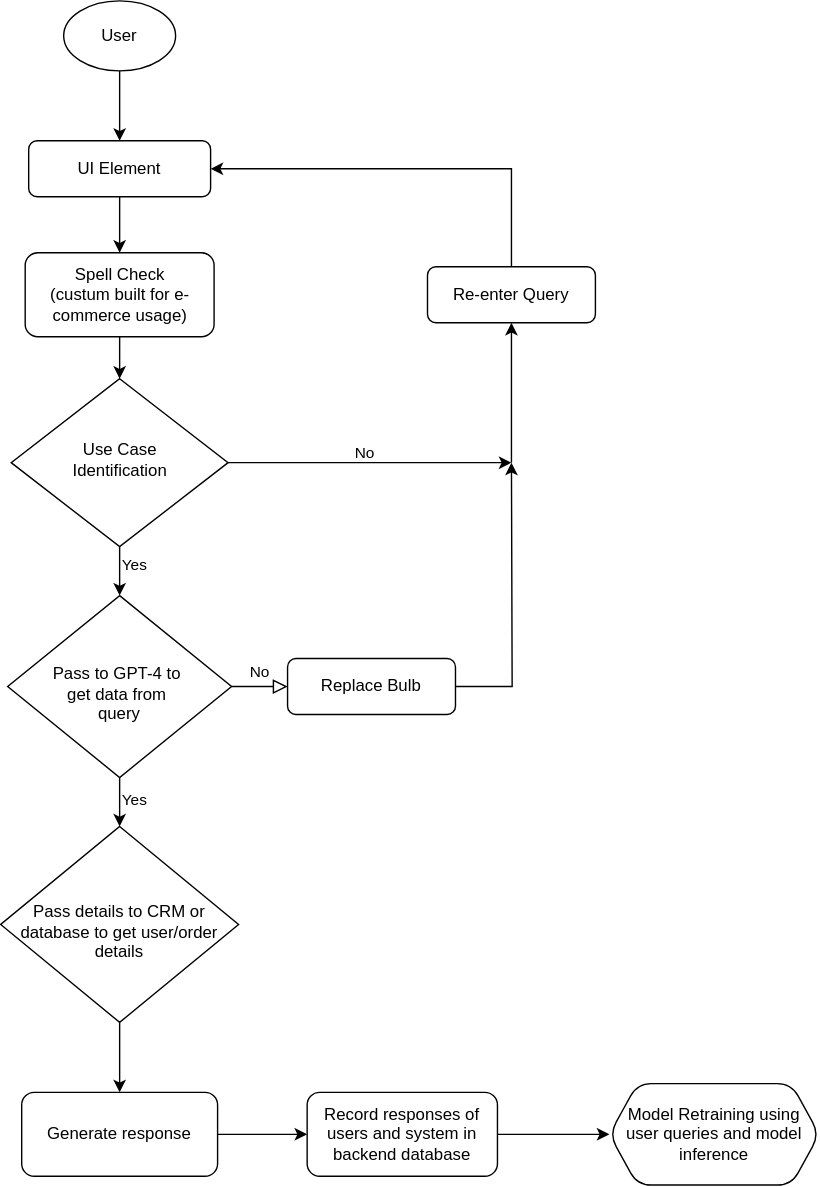
This is 2. System Design/Flowchart.svg from prayashdash1729/OrcaAI-assignment, a draw.io export, as it was before one commit. Source tidied: cells renumbered, new cells last; positions are measured from the earlier drawing's top-left corner, leaving out a move shared by most shapes. Source of this version:
```xml
<mxGraphModel>
  <root>
    <mxCell id="0" />
    <mxCell id="1" parent="0" />
    <mxCell id="2" style="edgeStyle=orthogonalEdgeStyle;rounded=0;jettySize=auto;html=1;" parent="1" edge="1" source="3" target="20">
      <mxGeometry relative="1" as="geometry" />
    </mxCell>
    <mxCell id="3" value="UI Element" style="rounded=1;whiteSpace=wrap;html=1;fontSize=12;glass=0;strokeWidth=1;shadow=0;" parent="1" vertex="1">
      <mxGeometry x="20" y="100" width="130" height="40" as="geometry" />
    </mxCell>
    <mxCell id="4" style="edgeStyle=orthogonalEdgeStyle;rounded=0;jettySize=auto;html=1;" parent="1" edge="1" source="8" target="12">
      <mxGeometry relative="1" as="geometry" />
    </mxCell>
    <mxCell id="5" value="Yes" style="edgeLabel;html=1;align=left;verticalAlign=middle;labelBackgroundColor=none;" parent="4" vertex="1">
      <mxGeometry x="-0.49" relative="1" as="geometry" />
    </mxCell>
    <mxCell id="6" style="edgeStyle=orthogonalEdgeStyle;rounded=0;jettySize=auto;html=1;" parent="1" edge="1" source="8">
      <mxGeometry relative="1" as="geometry">
        <mxPoint x="365" y="330" as="targetPoint" />
        <Array as="points">
          <mxPoint x="365" y="330" />
        </Array>
      </mxGeometry>
    </mxCell>
    <mxCell id="7" value="No" style="edgeLabel;html=1;align=center;verticalAlign=bottom;labelBackgroundColor=none;labelPosition=center;verticalLabelPosition=top;" parent="6" vertex="1">
      <mxGeometry x="-0.05" relative="1" as="geometry" />
    </mxCell>
    <mxCell id="8" value="Use Case&lt;div&gt;Identification&lt;/div&gt;" style="rhombus;whiteSpace=wrap;html=1;shadow=0;fontFamily=Helvetica;fontSize=12;align=center;strokeWidth=1;spacing=6;spacingTop=-4;" parent="1" vertex="1">
      <mxGeometry x="7.5" y="270" width="155" height="120" as="geometry" />
    </mxCell>
    <mxCell id="9" value="No" style="edgeStyle=orthogonalEdgeStyle;rounded=0;html=1;jettySize=auto;fontSize=11;endArrow=block;endFill=0;endSize=8;strokeWidth=1;shadow=0;labelBackgroundColor=none;" parent="1" edge="1" source="12" target="16">
      <mxGeometry y="10" relative="1" as="geometry" />
    </mxCell>
    <mxCell id="10" style="edgeStyle=orthogonalEdgeStyle;rounded=0;jettySize=auto;html=1;" parent="1" edge="1" source="12" target="22">
      <mxGeometry relative="1" as="geometry" />
    </mxCell>
    <mxCell id="11" value="Yes" style="edgeLabel;html=1;align=left;verticalAlign=middle;labelBackgroundColor=none;labelPosition=right;verticalLabelPosition=middle;" parent="10" vertex="1">
      <mxGeometry x="-0.37" relative="1" as="geometry" />
    </mxCell>
    <mxCell id="12" value="&lt;div&gt;&lt;br&gt;&lt;/div&gt;Pass to GPT-4 to&amp;nbsp;&lt;div&gt;get data from&amp;nbsp;&lt;/div&gt;&lt;div&gt;query&lt;/div&gt;" style="rhombus;whiteSpace=wrap;html=1;shadow=0;fontFamily=Helvetica;fontSize=12;align=center;strokeWidth=1;spacing=6;spacingTop=-4;" parent="1" vertex="1">
      <mxGeometry x="5" y="425" width="160" height="130" as="geometry" />
    </mxCell>
    <mxCell id="13" style="edgeStyle=orthogonalEdgeStyle;rounded=0;jettySize=auto;html=1;entryX=0;entryY=0.5;entryDx=0;entryDy=0;" parent="1" edge="1" source="14" target="24">
      <mxGeometry relative="1" as="geometry" />
    </mxCell>
    <mxCell id="14" value="Generate response" style="rounded=1;whiteSpace=wrap;html=1;fontSize=12;glass=0;strokeWidth=1;shadow=0;" parent="1" vertex="1">
      <mxGeometry x="15" y="780" width="140" height="60" as="geometry" />
    </mxCell>
    <mxCell id="15" style="edgeStyle=orthogonalEdgeStyle;rounded=0;jettySize=auto;html=1;" parent="1" edge="1" source="16">
      <mxGeometry relative="1" as="geometry">
        <mxPoint x="365" y="330" as="targetPoint" />
      </mxGeometry>
    </mxCell>
    <mxCell id="16" value="Replace Bulb" style="rounded=1;whiteSpace=wrap;html=1;fontSize=12;glass=0;strokeWidth=1;shadow=0;" parent="1" vertex="1">
      <mxGeometry x="205" y="470" width="120" height="40" as="geometry" />
    </mxCell>
    <mxCell id="17" style="edgeStyle=orthogonalEdgeStyle;rounded=0;jettySize=auto;html=1;" parent="1" edge="1" source="18" target="3">
      <mxGeometry relative="1" as="geometry" />
    </mxCell>
    <mxCell id="18" value="User" style="ellipse;whiteSpace=wrap;html=1;" parent="1" vertex="1">
      <mxGeometry x="45" width="80" height="50" as="geometry" />
    </mxCell>
    <mxCell id="19" style="edgeStyle=orthogonalEdgeStyle;rounded=0;jettySize=auto;html=1;" parent="1" edge="1" source="20" target="8">
      <mxGeometry relative="1" as="geometry" />
    </mxCell>
    <mxCell id="20" value="Spell Check&lt;div&gt;(custum built for e-commerce usage)&lt;/div&gt;" style="rounded=1;whiteSpace=wrap;html=1;fontSize=12;glass=0;strokeWidth=1;shadow=0;" parent="1" vertex="1">
      <mxGeometry x="17.5" y="180" width="135" height="60" as="geometry" />
    </mxCell>
    <mxCell id="21" style="edgeStyle=orthogonalEdgeStyle;rounded=0;jettySize=auto;html=1;entryX=0.5;entryY=0;entryDx=0;entryDy=0;" parent="1" edge="1" source="22" target="14">
      <mxGeometry relative="1" as="geometry" />
    </mxCell>
    <mxCell id="22" value="&lt;div&gt;&lt;br&gt;&lt;/div&gt;&lt;div&gt;Pass details to CRM or database to get user/order details&lt;/div&gt;" style="rhombus;whiteSpace=wrap;html=1;shadow=0;fontFamily=Helvetica;fontSize=12;align=center;strokeWidth=1;spacing=6;spacingTop=-4;" parent="1" vertex="1">
      <mxGeometry y="590" width="170" height="140" as="geometry" />
    </mxCell>
    <mxCell id="23" style="edgeStyle=orthogonalEdgeStyle;rounded=0;jettySize=auto;html=1;" parent="1" edge="1" source="24" target="25">
      <mxGeometry relative="1" as="geometry" />
    </mxCell>
    <mxCell id="24" value="Record responses of users and system in backend database" style="rounded=1;whiteSpace=wrap;html=1;fontSize=12;glass=0;strokeWidth=1;shadow=0;" parent="1" vertex="1">
      <mxGeometry x="219" y="780" width="136" height="60" as="geometry" />
    </mxCell>
    <mxCell id="25" value="Model Retraining using user queries and model inference" style="shape=hexagon;perimeter=hexagonPerimeter2;whiteSpace=wrap;html=1;fixedSize=1;rounded=1;glass=0;strokeWidth=1;shadow=0;" parent="1" vertex="1">
      <mxGeometry x="435" y="773.8" width="150" height="72.5" as="geometry" />
    </mxCell>
    <mxCell id="26" style="edgeStyle=orthogonalEdgeStyle;rounded=0;jettySize=auto;html=1;entryX=1;entryY=0.5;entryDx=0;entryDy=0;" parent="1" edge="1" source="27" target="3">
      <mxGeometry relative="1" as="geometry">
        <Array as="points">
          <mxPoint x="365" y="120" />
        </Array>
      </mxGeometry>
    </mxCell>
    <mxCell id="27" value="Re-enter Query" style="rounded=1;whiteSpace=wrap;html=1;fontSize=12;glass=0;strokeWidth=1;shadow=0;" parent="1" vertex="1">
      <mxGeometry x="305" y="190" width="120" height="40" as="geometry" />
    </mxCell>
    <mxCell id="28" style="edgeStyle=orthogonalEdgeStyle;rounded=0;jettySize=auto;html=1;entryX=0.5;entryY=1;entryDx=0;entryDy=0;" parent="1" edge="1" target="27">
      <mxGeometry relative="1" as="geometry">
        <mxPoint x="365" y="330" as="sourcePoint" />
        <Array as="points">
          <mxPoint x="365" y="280" />
          <mxPoint x="365" y="280" />
        </Array>
      </mxGeometry>
    </mxCell>
  </root>
</mxGraphModel>
```
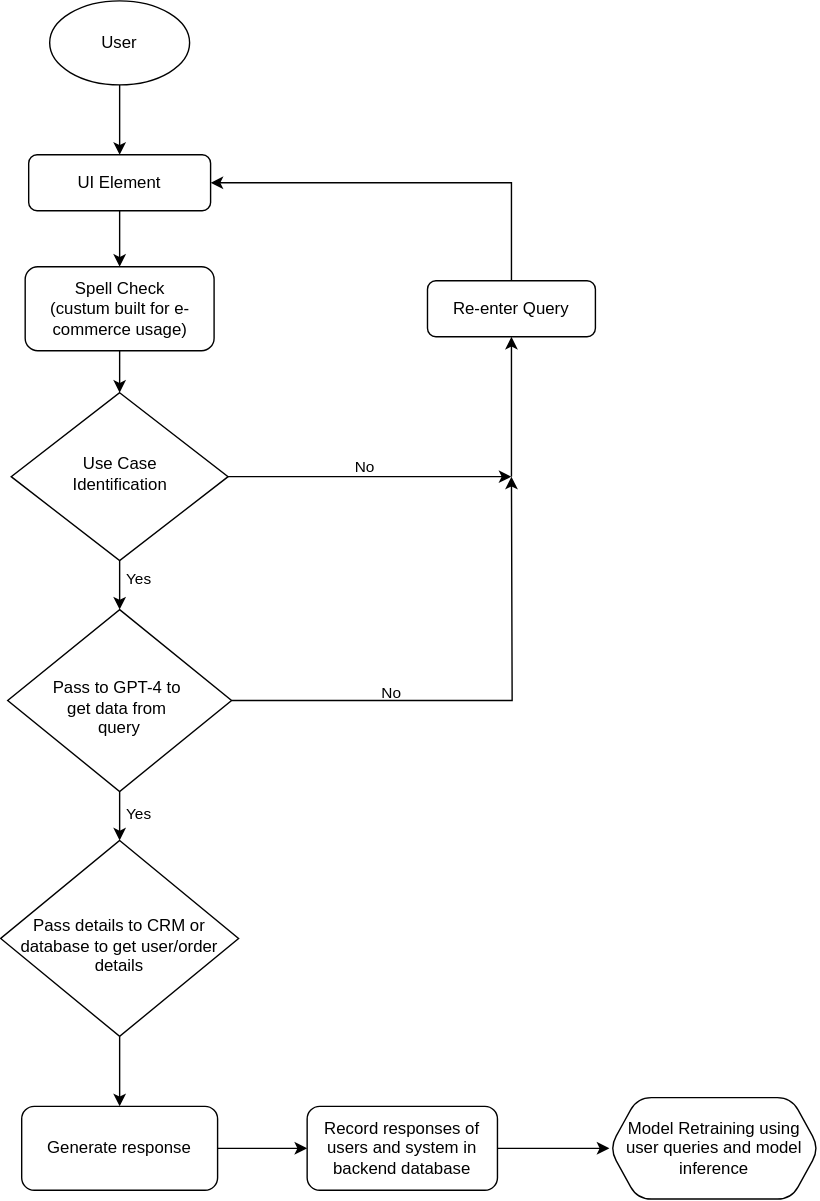
Later version of the same file.

Commit message:
added corrected flowchart image

Change to the diagram source:
```diff
@@ -11,7 +11,7 @@
     <mxCell id="4" style="edgeStyle=orthogonalEdgeStyle;rounded=0;jettySize=auto;html=1;" parent="1" edge="1" source="8" target="12">
       <mxGeometry relative="1" as="geometry" />
     </mxCell>
-    <mxCell id="5" value="Yes" style="edgeLabel;html=1;align=left;verticalAlign=middle;labelBackgroundColor=none;" parent="4" vertex="1">
+    <mxCell id="5" value="&amp;nbsp;Yes" style="edgeLabel;html=1;align=left;verticalAlign=middle;labelBackgroundColor=none;" parent="4" vertex="1">
       <mxGeometry x="-0.49" relative="1" as="geometry" />
     </mxCell>
     <mxCell id="6" style="edgeStyle=orthogonalEdgeStyle;rounded=0;jettySize=auto;html=1;" parent="1" edge="1" source="8">
@@ -28,15 +28,20 @@
     <mxCell id="8" value="Use Case&lt;div&gt;Identification&lt;/div&gt;" style="rhombus;whiteSpace=wrap;html=1;shadow=0;fontFamily=Helvetica;fontSize=12;align=center;strokeWidth=1;spacing=6;spacingTop=-4;" parent="1" vertex="1">
       <mxGeometry x="7.5" y="270" width="155" height="120" as="geometry" />
     </mxCell>
-    <mxCell id="9" value="No" style="edgeStyle=orthogonalEdgeStyle;rounded=0;html=1;jettySize=auto;fontSize=11;endArrow=block;endFill=0;endSize=8;strokeWidth=1;shadow=0;labelBackgroundColor=none;" parent="1" edge="1" source="12" target="16">
-      <mxGeometry y="10" relative="1" as="geometry" />
-    </mxCell>
     <mxCell id="10" style="edgeStyle=orthogonalEdgeStyle;rounded=0;jettySize=auto;html=1;" parent="1" edge="1" source="12" target="22">
       <mxGeometry relative="1" as="geometry" />
     </mxCell>
-    <mxCell id="11" value="Yes" style="edgeLabel;html=1;align=left;verticalAlign=middle;labelBackgroundColor=none;labelPosition=right;verticalLabelPosition=middle;" parent="10" vertex="1">
+    <mxCell id="11" value="&amp;nbsp;Yes" style="edgeLabel;html=1;align=left;verticalAlign=middle;labelBackgroundColor=none;labelPosition=right;verticalLabelPosition=middle;" parent="10" vertex="1">
       <mxGeometry x="-0.37" relative="1" as="geometry" />
     </mxCell>
+    <mxCell id="29" style="edgeStyle=orthogonalEdgeStyle;rounded=0;jettySize=auto;html=1;" parent="1" edge="1" source="12">
+      <mxGeometry relative="1" as="geometry">
+        <mxPoint x="365" y="330" as="targetPoint" />
+      </mxGeometry>
+    </mxCell>
+    <mxCell id="9" value="No" style="edgeLabel;html=1;align=center;verticalAlign=bottom;labelBackgroundColor=none;labelPosition=center;verticalLabelPosition=top;" parent="29" vertex="1">
+      <mxGeometry x="-0.37" y="-2" relative="1" as="geometry" />
+    </mxCell>
     <mxCell id="12" value="&lt;div&gt;&lt;br&gt;&lt;/div&gt;Pass to GPT-4 to&amp;nbsp;&lt;div&gt;get data from&amp;nbsp;&lt;/div&gt;&lt;div&gt;query&lt;/div&gt;" style="rhombus;whiteSpace=wrap;html=1;shadow=0;fontFamily=Helvetica;fontSize=12;align=center;strokeWidth=1;spacing=6;spacingTop=-4;" parent="1" vertex="1">
       <mxGeometry x="5" y="425" width="160" height="130" as="geometry" />
     </mxCell>
@@ -46,19 +51,11 @@
     <mxCell id="14" value="Generate response" style="rounded=1;whiteSpace=wrap;html=1;fontSize=12;glass=0;strokeWidth=1;shadow=0;" parent="1" vertex="1">
       <mxGeometry x="15" y="780" width="140" height="60" as="geometry" />
     </mxCell>
-    <mxCell id="15" style="edgeStyle=orthogonalEdgeStyle;rounded=0;jettySize=auto;html=1;" parent="1" edge="1" source="16">
-      <mxGeometry relative="1" as="geometry">
-        <mxPoint x="365" y="330" as="targetPoint" />
-      </mxGeometry>
-    </mxCell>
-    <mxCell id="16" value="Replace Bulb" style="rounded=1;whiteSpace=wrap;html=1;fontSize=12;glass=0;strokeWidth=1;shadow=0;" parent="1" vertex="1">
-      <mxGeometry x="205" y="470" width="120" height="40" as="geometry" />
-    </mxCell>
     <mxCell id="17" style="edgeStyle=orthogonalEdgeStyle;rounded=0;jettySize=auto;html=1;" parent="1" edge="1" source="18" target="3">
       <mxGeometry relative="1" as="geometry" />
     </mxCell>
     <mxCell id="18" value="User" style="ellipse;whiteSpace=wrap;html=1;" parent="1" vertex="1">
-      <mxGeometry x="45" width="80" height="50" as="geometry" />
+      <mxGeometry x="35" y="-10" width="100" height="60" as="geometry" />
     </mxCell>
     <mxCell id="19" style="edgeStyle=orthogonalEdgeStyle;rounded=0;jettySize=auto;html=1;" parent="1" edge="1" source="20" target="8">
       <mxGeometry relative="1" as="geometry" />
```
